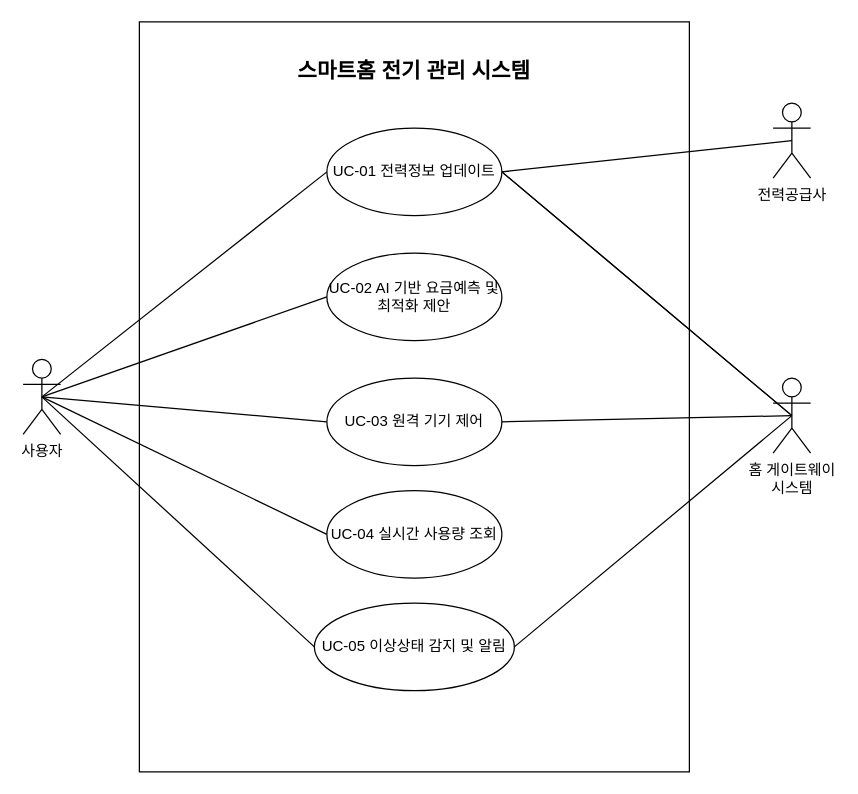
Above: page "UseCaseModel - Cloud" (2 of 2) of architecturalDrivers.drawio in GeniusHoon/AssociateArchitect (draw.io), before the change. Source tidied: cells renumbered, new cells numbered last; positions are measured from the earlier drawing's top-left corner, leaving out a move shared by most shapes. Both pictures are drawn from the tidied source at 125%, with x=0, y=0 at pixel (22, 21).
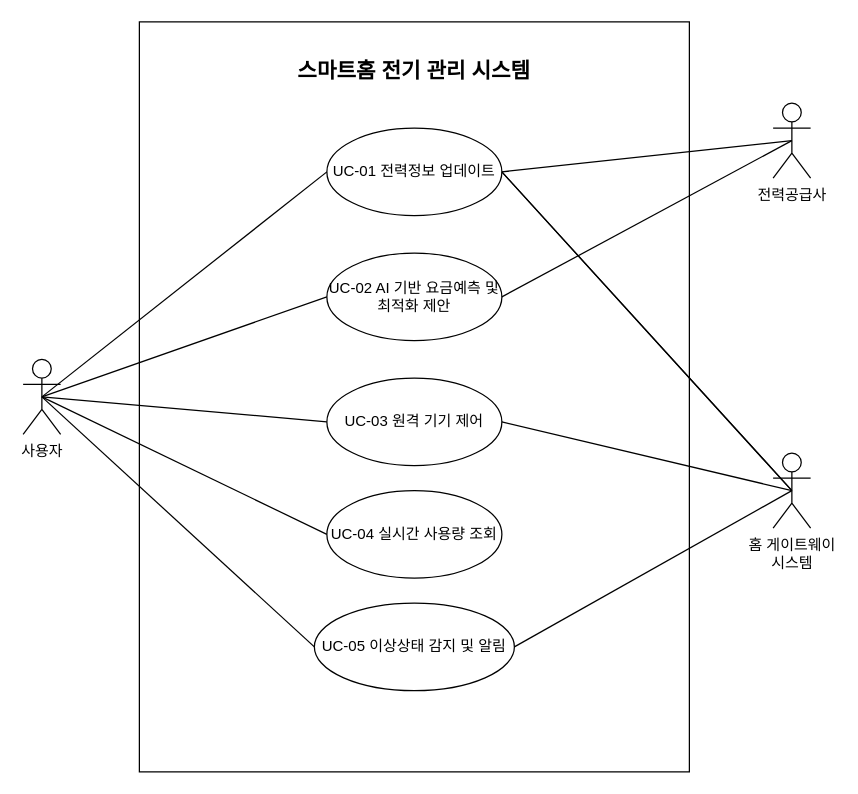
The same diagram, later.

The change refers to these unchanged cells:
```xml
<mxCell id="11" value="전력공급사" style="shape=umlActor;verticalLabelPosition=bottom;verticalAlign=top;html=1;" parent="1" vertex="1">
  <mxGeometry x="600" y="65" width="30" height="60" as="geometry" />
</mxCell>
<mxCell id="12" value="UC-02 AI 기반 요금예측 및 최적화 제안" style="ellipse;whiteSpace=wrap;html=1;" parent="1" vertex="1">
  <mxGeometry x="243" y="185" width="140" height="70" as="geometry" />
</mxCell>
```

Change to the diagram source:
```diff
@@
     <mxCell id="10" value="홈 게이트웨이&lt;div&gt;시스템&lt;/div&gt;" style="shape=umlActor;verticalLabelPosition=bottom;verticalAlign=top;html=1;" parent="1" vertex="1">
-      <mxGeometry x="600" y="285" width="30" height="60" as="geometry" />
+      <mxGeometry x="600" y="345" width="30" height="60" as="geometry" />
     </mxCell>
@@
+    <mxCell id="22" style="rounded=0;jettySize=auto;html=1;exitX=1;exitY=0.5;exitDx=0;exitDy=0;entryX=0.5;entryY=0.5;entryDx=0;entryDy=0;entryPerimeter=0;endArrow=none;endFill=0;" parent="1" edge="1" source="12" target="11">
+      <mxGeometry relative="1" as="geometry" />
+    </mxCell>
```
